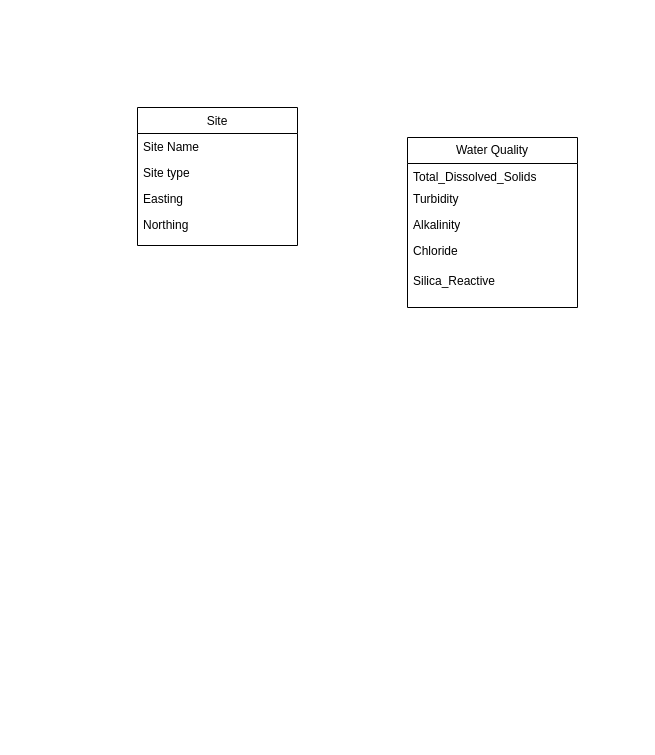
ZBCccc/KOB keeps this draw.io diagram as 未命名绘图.drawio. Above is the earlier version. Source tidied: cells renumbered, new cells numbered last; positions are measured from the earlier drawing's top-left corner, leaving out a move shared by most shapes. Both pictures are drawn from the tidied source at 100%, with x=0, y=0 at pixel (137, 107).
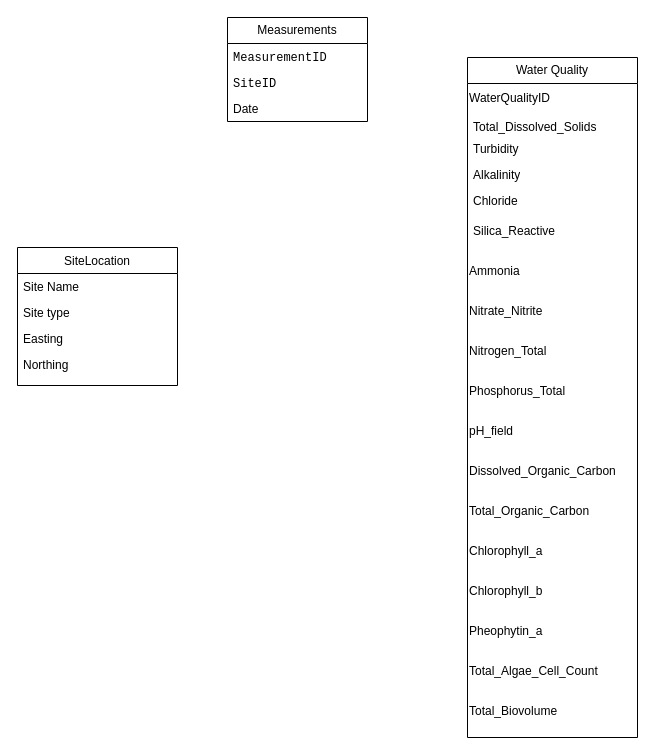
After the change.

Commit message:
更新未命名绘图.drawio

The edit, as a diff of the source:
```diff
@@
-    <mxCell id="2" value="Site " style="swimlane;fontStyle=0;align=center;verticalAlign=top;horizontal=1;startSize=26;rounded=0;shadow=0;strokeWidth=1;" parent="1" vertex="1">
-      <mxGeometry width="160" height="138" as="geometry" />
+    <mxCell id="2" value="SiteLocation " style="swimlane;fontStyle=0;align=center;verticalAlign=top;horizontal=1;startSize=26;rounded=0;shadow=0;strokeWidth=1;" parent="1" vertex="1">
+      <mxGeometry x="-120" y="140" width="160" height="138" as="geometry" />
     </mxCell>
@@
     <mxCell id="7" value="Water Quality" style="swimlane;fontStyle=0;horizontal=1;startSize=26;fillColor=none;whiteSpace=wrap;html=1;" parent="1" vertex="1">
-      <mxGeometry x="270" y="30" width="170" height="170" as="geometry" />
+      <mxGeometry x="330" y="-50" width="170" height="680" as="geometry" />
     </mxCell>
+    <mxCell id="13" value="&lt;p style=&quot;line-height: 100%;&quot;&gt;&lt;code&gt;&lt;font face=&quot;Helvetica&quot;&gt;WaterQualityID&lt;/font&gt;&lt;/code&gt;&lt;/p&gt;" style="text;whiteSpace=wrap;html=1;verticalAlign=middle;" parent="7" vertex="1">
+      <mxGeometry y="26" width="170" height="30" as="geometry" />
+    </mxCell>
     <mxCell id="8" value="Total_Dissolved_Solids" style="text;strokeColor=none;fillColor=none;align=left;verticalAlign=top;spacingLeft=4;spacingRight=4;overflow=hidden;whiteSpace=wrap;html=1;" parent="7" vertex="1">
-      <mxGeometry y="26" width="170" height="22" as="geometry" />
+      <mxGeometry y="56" width="170" height="22" as="geometry" />
     </mxCell>
     <mxCell id="9" value="Turbidity" style="text;strokeColor=none;fillColor=none;align=left;verticalAlign=top;spacingLeft=4;spacingRight=4;overflow=hidden;whiteSpace=wrap;html=1;" parent="7" vertex="1">
-      <mxGeometry y="48" width="170" height="26" as="geometry" />
+      <mxGeometry y="78" width="170" height="26" as="geometry" />
     </mxCell>
     <mxCell id="10" value="Alkalinity" style="text;strokeColor=none;fillColor=none;align=left;verticalAlign=top;spacingLeft=4;spacingRight=4;overflow=hidden;whiteSpace=wrap;html=1;" parent="7" vertex="1">
-      <mxGeometry y="74" width="170" height="26" as="geometry" />
+      <mxGeometry y="104" width="170" height="26" as="geometry" />
     </mxCell>
     <mxCell id="11" value="Chloride" style="text;strokeColor=none;align=left;fillColor=none;html=1;verticalAlign=top;whiteSpace=wrap;rounded=0;spacingLeft=4;spacingRight=4;" parent="7" vertex="1">
-      <mxGeometry y="100" width="170" height="30" as="geometry" />
+      <mxGeometry y="130" width="170" height="30" as="geometry" />
     </mxCell>
     <mxCell id="12" value="Silica_Reactive" style="text;whiteSpace=wrap;spacingLeft=4;spacingRight=4;" parent="7" vertex="1">
-      <mxGeometry y="130" width="170" height="40" as="geometry" />
+      <mxGeometry y="160" width="170" height="40" as="geometry" />
     </mxCell>
+    <mxCell id="14" value="Ammonia" style="text;whiteSpace=wrap;" parent="7" vertex="1">
+      <mxGeometry y="200" width="170" height="40" as="geometry" />
+    </mxCell>
+    <mxCell id="15" value="Nitrate_Nitrite" style="text;whiteSpace=wrap;" parent="7" vertex="1">
+      <mxGeometry y="240" width="170" height="40" as="geometry" />
+    </mxCell>
+    <mxCell id="16" value="Nitrogen_Total" style="text;whiteSpace=wrap;" parent="7" vertex="1">
+      <mxGeometry y="280" width="170" height="40" as="geometry" />
+    </mxCell>
+    <mxCell id="17" value="Phosphorus_Total" style="text;whiteSpace=wrap;" parent="7" vertex="1">
+      <mxGeometry y="320" width="170" height="40" as="geometry" />
+    </mxCell>
+    <mxCell id="18" value="pH_field" style="text;whiteSpace=wrap;" parent="7" vertex="1">
+      <mxGeometry y="360" width="170" height="40" as="geometry" />
+    </mxCell>
+    <mxCell id="19" value="Dissolved_Organic_Carbon" style="text;whiteSpace=wrap;" parent="7" vertex="1">
+      <mxGeometry y="400" width="170" height="40" as="geometry" />
+    </mxCell>
+    <mxCell id="20" value="Total_Organic_Carbon" style="text;whiteSpace=wrap;" parent="7" vertex="1">
+      <mxGeometry y="440" width="170" height="40" as="geometry" />
+    </mxCell>
+    <mxCell id="21" value="Chlorophyll_a" style="text;whiteSpace=wrap;" parent="7" vertex="1">
+      <mxGeometry y="480" width="170" height="40" as="geometry" />
+    </mxCell>
+    <mxCell id="22" value="Chlorophyll_b" style="text;whiteSpace=wrap;" parent="7" vertex="1">
+      <mxGeometry y="520" width="170" height="40" as="geometry" />
+    </mxCell>
+    <mxCell id="23" value="Pheophytin_a" style="text;whiteSpace=wrap;" parent="7" vertex="1">
+      <mxGeometry y="560" width="170" height="40" as="geometry" />
+    </mxCell>
+    <mxCell id="24" value="Total_Algae_Cell_Count" style="text;whiteSpace=wrap;" parent="7" vertex="1">
+      <mxGeometry y="600" width="170" height="40" as="geometry" />
+    </mxCell>
+    <mxCell id="25" value="Total_Biovolume" style="text;whiteSpace=wrap;" parent="7" vertex="1">
+      <mxGeometry y="640" width="170" height="40" as="geometry" />
+    </mxCell>
+    <mxCell id="26" value="Measurements" style="swimlane;fontStyle=0;horizontal=1;startSize=26;fillColor=none;whiteSpace=wrap;html=1;" parent="1" vertex="1">
+      <mxGeometry x="90" y="-90" width="140" height="104" as="geometry" />
+    </mxCell>
+    <mxCell id="27" value="&lt;code&gt;MeasurementID&lt;/code&gt;" style="text;strokeColor=none;fillColor=none;align=left;verticalAlign=top;spacingLeft=4;spacingRight=4;overflow=hidden;whiteSpace=wrap;html=1;" parent="26" vertex="1">
+      <mxGeometry y="26" width="140" height="26" as="geometry" />
+    </mxCell>
+    <mxCell id="28" value="&lt;code&gt;SiteID&lt;/code&gt;" style="text;strokeColor=none;fillColor=none;align=left;verticalAlign=top;spacingLeft=4;spacingRight=4;overflow=hidden;whiteSpace=wrap;html=1;" parent="26" vertex="1">
+      <mxGeometry y="52" width="140" height="26" as="geometry" />
+    </mxCell>
+    <mxCell id="29" value="Date" style="text;strokeColor=none;fillColor=none;align=left;verticalAlign=top;spacingLeft=4;spacingRight=4;overflow=hidden;whiteSpace=wrap;html=1;" parent="26" vertex="1">
+      <mxGeometry y="78" width="140" height="26" as="geometry" />
+    </mxCell>
```
